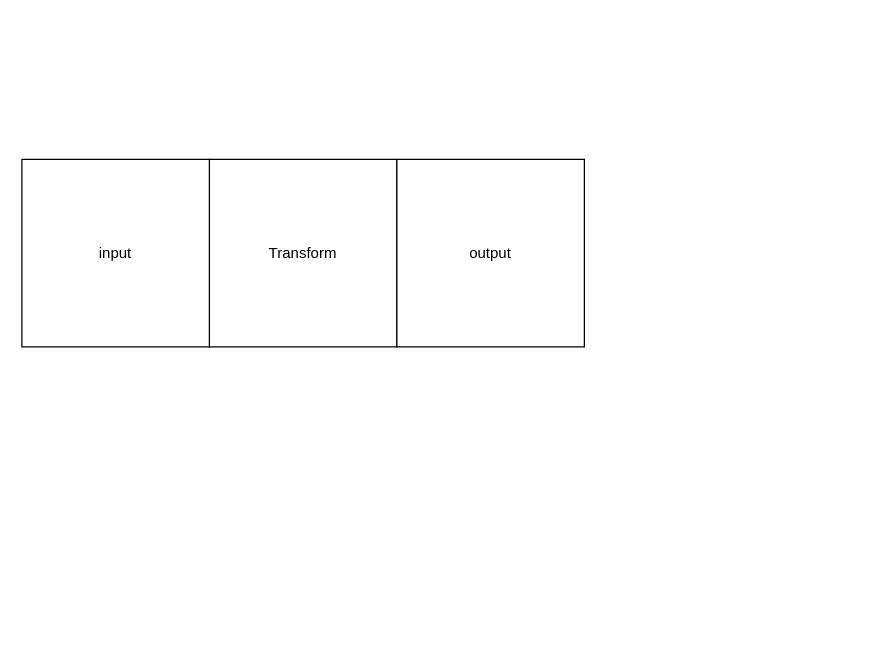
isc-rsingh/bookmarks-cos keeps this draw.io diagram as Untitled Diagram.drawio. Above is the earlier version. Source tidied: cells renumbered, new cells numbered last; positions are measured from the earlier drawing's top-left corner, leaving out a move shared by most shapes. Both pictures are drawn from the tidied source at 125%, with x=0, y=0 at pixel (21, 159).
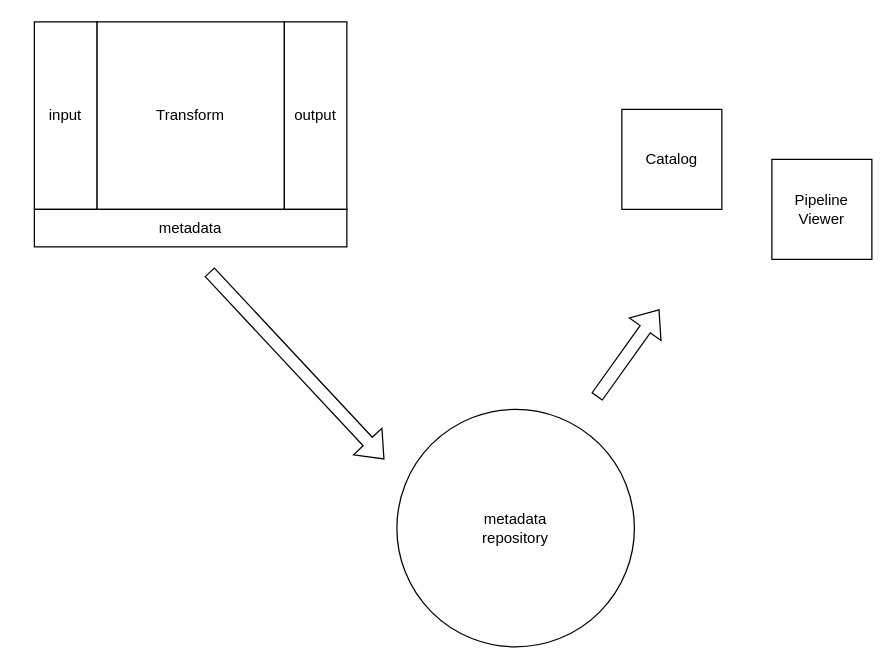
The same page after the edit.

The edit, as a diff of the source:
```diff
@@
 <mxGraphModel>
   <root>
     <mxCell id="0" />
     <mxCell id="1" parent="0" />
+    <mxCell id="5" style="group;" parent="1" vertex="1">
+      <mxGeometry x="10" y="-110" width="250" height="180" as="geometry" />
+    </mxCell>
-    <mxCell id="2" value="Transform" style="whiteSpace=wrap;html=1;" parent="1" vertex="1">
-      <mxGeometry x="150" width="150" height="150" as="geometry" />
+    <mxCell id="2" value="Transform" style="whiteSpace=wrap;html=1;" parent="5" vertex="1">
+      <mxGeometry x="50" width="150" height="150" as="geometry" />
     </mxCell>
-    <mxCell id="3" value="input" style="whiteSpace=wrap;html=1;" parent="1" vertex="1">
-      <mxGeometry width="150" height="150" as="geometry" />
+    <mxCell id="3" value="input" style="whiteSpace=wrap;html=1;" parent="5" vertex="1">
+      <mxGeometry width="50" height="150" as="geometry" />
     </mxCell>
-    <mxCell id="4" value="output" style="whiteSpace=wrap;html=1;" parent="1" vertex="1">
-      <mxGeometry x="300" width="150" height="150" as="geometry" />
+    <mxCell id="4" value="output" style="whiteSpace=wrap;html=1;" parent="5" vertex="1">
+      <mxGeometry x="200" width="50" height="150" as="geometry" />
     </mxCell>
+    <mxCell id="6" value="metadata" style="whiteSpace=wrap;html=1;" parent="5" vertex="1">
+      <mxGeometry y="150" width="250" height="30" as="geometry" />
+    </mxCell>
+    <mxCell id="7" value="metadata&lt;br&gt;repository" style="ellipse;whiteSpace=wrap;html=1;" parent="1" vertex="1">
+      <mxGeometry x="300" y="200" width="190" height="190" as="geometry" />
+    </mxCell>
+    <mxCell id="8" style="shape=flexArrow;endArrow=classic;html=1;rounded=0;" parent="1" edge="1">
+      <mxGeometry relative="1" as="geometry">
+        <mxPoint x="150" y="90" as="sourcePoint" />
+        <mxPoint x="290" y="240" as="targetPoint" />
+      </mxGeometry>
+    </mxCell>
+    <mxCell id="9" style="shape=flexArrow;endArrow=classic;html=1;rounded=0;" parent="1" edge="1">
+      <mxGeometry relative="1" as="geometry">
+        <mxPoint x="460" y="190" as="sourcePoint" />
+        <mxPoint x="510" y="120" as="targetPoint" />
+      </mxGeometry>
+    </mxCell>
+    <mxCell id="10" value="Catalog" style="whiteSpace=wrap;html=1;" parent="1" vertex="1">
+      <mxGeometry x="480" y="-40" width="80" height="80" as="geometry" />
+    </mxCell>
+    <mxCell id="11" value="Pipeline&lt;br&gt;Viewer" style="whiteSpace=wrap;html=1;" parent="1" vertex="1">
+      <mxGeometry x="600" width="80" height="80" as="geometry" />
+    </mxCell>
   </root>
 </mxGraphModel>
```
